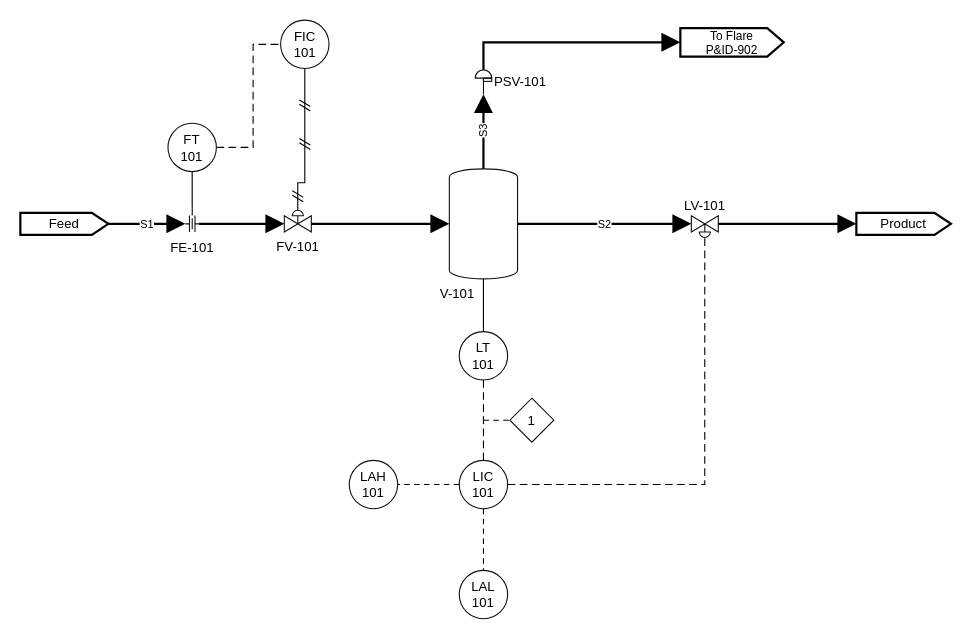
Earlier version of the draw.io diagram drawio-samples/04_control_loop.drawio (Alpha9463/pandid). Source tidied: cells renumbered, new cells numbered last; positions are measured from the earlier drawing's top-left corner, leaving out a move shared by most shapes. Both pictures are drawn from the tidied source at 110%, with x=0, y=0 at pixel (20, 20).
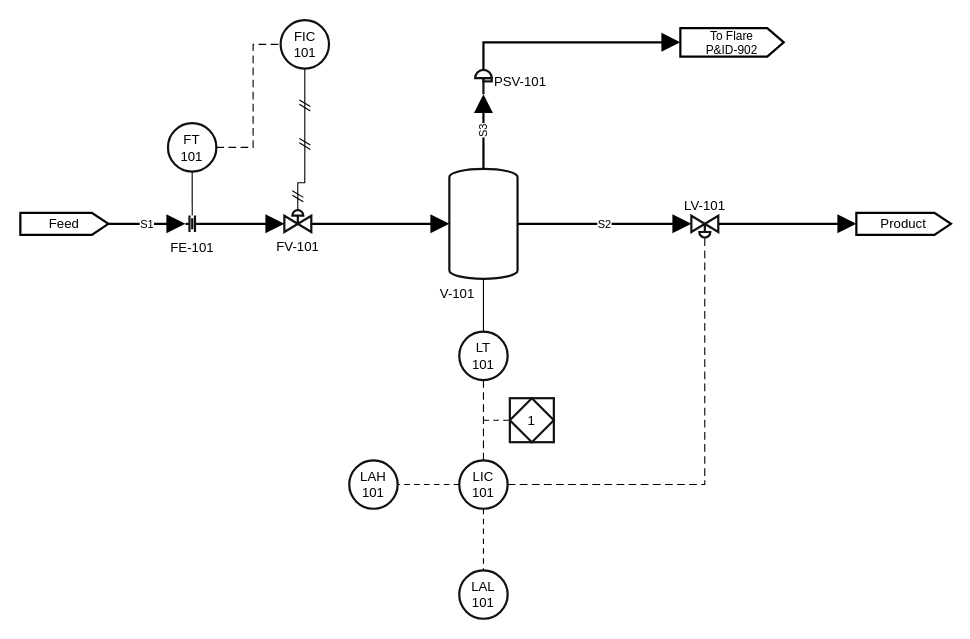
Above is the later version.

Diff of the diagram source:
```diff
@@
-    <mxCell id="3" value="FV-101" style="html=1;shape=mxgraph.pid.valves.pneumatic_operated;outlineConnect=0;strokeColor=#111;fillColor=none;verticalLabelPosition=bottom;verticalAlign=top;align=center;fontSize=12;" parent="1" vertex="1">
+    <mxCell id="3" value="FV-101" style="html=1;shape=mxgraph.pid.valves.pneumatic_operated;outlineConnect=0;strokeColor=#111;fillColor=none;strokeWidth=2;verticalLabelPosition=bottom;verticalAlign=top;align=center;fontSize=12;" parent="1" vertex="1">
       <mxGeometry x="240" y="172.6" width="24.5" height="19.8" as="geometry" />
     </mxCell>
-    <mxCell id="4" value="V-101" style="html=1;shape=mxgraph.pid.vessels.pressurized_vessel;outlineConnect=0;strokeColor=#111;fillColor=none;verticalLabelPosition=bottom;verticalAlign=top;align=center;fontSize=12;" parent="1" vertex="1">
+    <mxCell id="4" value="V-101" style="html=1;shape=mxgraph.pid.vessels.pressurized_vessel;outlineConnect=0;strokeColor=#111;fillColor=none;strokeWidth=2;verticalLabelPosition=bottom;verticalAlign=top;align=center;fontSize=12;" parent="1" vertex="1">
       <mxGeometry x="390" y="135" width="62" height="100" as="geometry">
         <mxPoint x="-24" as="offset" />
       </mxGeometry>
     </mxCell>
-    <mxCell id="5" value="FE-101" style="html=1;shape=mxgraph.pid.valves.orifice;outlineConnect=0;strokeColor=#111;fillColor=none;verticalLabelPosition=bottom;verticalAlign=top;align=center;fontSize=12;" parent="1" vertex="1">
+    <mxCell id="5" value="FE-101" style="html=1;shape=mxgraph.pid.valves.orifice;outlineConnect=0;strokeColor=#111;fillColor=none;strokeWidth=2;verticalLabelPosition=bottom;verticalAlign=top;align=center;fontSize=12;" parent="1" vertex="1">
       <mxGeometry x="150" y="177.5" width="12.5" height="15" as="geometry" />
     </mxCell>
-    <mxCell id="6" value="LV-101" style="html=1;shape=mxgraph.pid.valves.pneumatic_operated;outlineConnect=0;strokeColor=#111;fillColor=none;verticalLabelPosition=top;verticalAlign=bottom;align=center;fontSize=12;flipV=1;" parent="1" vertex="1">
+    <mxCell id="6" value="LV-101" style="html=1;shape=mxgraph.pid.valves.pneumatic_operated;outlineConnect=0;strokeColor=#111;fillColor=none;strokeWidth=2;verticalLabelPosition=top;verticalAlign=bottom;align=center;fontSize=12;flipV=1;" parent="1" vertex="1">
       <mxGeometry x="610" y="177.6" width="24.5" height="19.8" as="geometry" />
     </mxCell>
@@
-    <mxCell id="8" value="PSV-101" style="html=1;shape=mxgraph.pid.valves.relief_prv;outlineConnect=0;strokeColor=#111;fillColor=none;labelPosition=right;align=left;verticalLabelPosition=middle;verticalAlign=middle;fontSize=12;" parent="1" vertex="1">
+    <mxCell id="8" value="PSV-101" style="html=1;shape=mxgraph.pid.valves.relief_prv;outlineConnect=0;strokeColor=#111;fillColor=none;strokeWidth=2;labelPosition=right;align=left;verticalLabelPosition=middle;verticalAlign=middle;fontSize=12;" parent="1" vertex="1">
       <mxGeometry x="413.5" y="45" width="15" height="22.1" as="geometry" />
     </mxCell>
@@
-    <mxCell id="27" style="html=1;edgeStyle=none;rounded=0;exitX=0.5;exitY=0;exitDx=0;exitDy=0;exitPerimeter=0;entryX=0.5;entryY=0.5;entryDx=0;entryDy=0;entryPerimeter=0;strokeColor=#000000;strokeWidth=1;endArrow=none;startArrow=none;" parent="1" edge="1" source="5" target="32">
+    <mxCell id="27" style="html=1;edgeStyle=none;rounded=0;exitX=0.5;exitY=0;exitDx=0;exitDy=0;exitPerimeter=0;entryX=0.5;entryY=0.5;entryDx=0;entryDy=0;entryPerimeter=0;strokeColor=#000000;strokeWidth=1;endArrow=none;startArrow=none;noJump=1;" parent="1" edge="1" source="5" target="32">
       <mxGeometry relative="1" as="geometry" />
     </mxCell>
-    <mxCell id="28" style="html=1;edgeStyle=none;rounded=0;exitX=0.5;exitY=1;exitDx=0;exitDy=0;exitPerimeter=0;entryX=0.5;entryY=0.5;entryDx=0;entryDy=0;entryPerimeter=0;strokeColor=#000000;strokeWidth=1;endArrow=none;startArrow=none;" parent="1" edge="1" source="4" target="34">
+    <mxCell id="28" style="html=1;edgeStyle=none;rounded=0;exitX=0.5;exitY=1;exitDx=0;exitDy=0;exitPerimeter=0;entryX=0.5;entryY=0.5;entryDx=0;entryDy=0;entryPerimeter=0;strokeColor=#000000;strokeWidth=1;endArrow=none;startArrow=none;noJump=1;" parent="1" edge="1" source="4" target="34">
       <mxGeometry relative="1" as="geometry" />
     </mxCell>
-    <mxCell id="29" style="html=1;edgeStyle=none;rounded=0;exitX=0;exitY=0.5;exitDx=0;exitDy=0;exitPerimeter=0;entryX=0.5;entryY=0.5;entryDx=0;entryDy=0;entryPerimeter=0;strokeColor=#000000;strokeWidth=1;dashed=1;dashPattern=5 4;fixDash=1;endArrow=none;startArrow=none;" parent="1" edge="1" source="35" target="36">
+    <mxCell id="29" style="html=1;edgeStyle=none;rounded=0;exitX=0;exitY=0.5;exitDx=0;exitDy=0;exitPerimeter=0;entryX=0.5;entryY=0.5;entryDx=0;entryDy=0;entryPerimeter=0;strokeColor=#000000;strokeWidth=1;dashed=1;dashPattern=5 4;fixDash=1;endArrow=none;startArrow=none;noJump=1;" parent="1" edge="1" source="35" target="36">
       <mxGeometry relative="1" as="geometry" />
     </mxCell>
-    <mxCell id="30" style="html=1;edgeStyle=none;rounded=0;exitX=0.5;exitY=1;exitDx=0;exitDy=0;exitPerimeter=0;entryX=0.5;entryY=0.5;entryDx=0;entryDy=0;entryPerimeter=0;strokeColor=#000000;strokeWidth=1;dashed=1;dashPattern=5 4;fixDash=1;endArrow=none;startArrow=none;" parent="1" edge="1" source="35" target="37">
+    <mxCell id="30" style="html=1;edgeStyle=none;rounded=0;exitX=0.5;exitY=1;exitDx=0;exitDy=0;exitPerimeter=0;entryX=0.5;entryY=0.5;entryDx=0;entryDy=0;entryPerimeter=0;strokeColor=#000000;strokeWidth=1;dashed=1;dashPattern=5 4;fixDash=1;endArrow=none;startArrow=none;noJump=1;" parent="1" edge="1" source="35" target="37">
       <mxGeometry relative="1" as="geometry" />
     </mxCell>
-    <mxCell id="31" style="html=1;edgeStyle=none;rounded=0;entryX=0.5;entryY=0.5;entryDx=0;entryDy=0;entryPerimeter=0;strokeColor=#000000;strokeWidth=1;dashed=1;dashPattern=5 4;fixDash=1;endArrow=none;startArrow=none;" parent="1" edge="1" target="38">
+    <mxCell id="31" style="html=1;edgeStyle=none;rounded=0;entryX=0.5;entryY=0.5;entryDx=0;entryDy=0;entryPerimeter=0;strokeColor=#000000;strokeWidth=1;dashed=1;dashPattern=5 4;fixDash=1;endArrow=none;startArrow=none;noJump=1;" parent="1" edge="1" target="38">
       <mxGeometry relative="1" as="geometry">
         <mxPoint x="421" y="363.5" as="sourcePoint" />
       </mxGeometry>
     </mxCell>
-    <mxCell id="32" value="FT&lt;br&gt;101" style="html=1;shape=ellipse;rounded=0;whiteSpace=wrap;strokeColor=#111;fillColor=#ffffff;strokeWidth=1;verticalLabelPosition=middle;verticalAlign=middle;align=center;fontSize=12;" parent="1" vertex="1">
+    <mxCell id="32" value="FT&lt;br&gt;101" style="html=1;shape=ellipse;rounded=0;whiteSpace=wrap;strokeColor=#111;fillColor=#ffffff;strokeWidth=2;verticalLabelPosition=middle;verticalAlign=middle;align=center;fontSize=12;" parent="1" vertex="1">
       <mxGeometry x="134.2" y="93.5" width="44" height="44" as="geometry" />
     </mxCell>
-    <mxCell id="33" value="FIC&lt;br&gt;101" style="html=1;shape=ellipse;rounded=0;whiteSpace=wrap;strokeColor=#111;fillColor=#ffffff;strokeWidth=1;verticalLabelPosition=middle;verticalAlign=middle;align=center;fontSize=12;" parent="1" vertex="1">
+    <mxCell id="33" value="FIC&lt;br&gt;101" style="html=1;shape=ellipse;rounded=0;whiteSpace=wrap;strokeColor=#111;fillColor=#ffffff;strokeWidth=2;verticalLabelPosition=middle;verticalAlign=middle;align=center;fontSize=12;" parent="1" vertex="1">
       <mxGeometry x="236.6" y="-0.2" width="44" height="44" as="geometry" />
     </mxCell>
-    <mxCell id="34" value="LT&lt;br&gt;101" style="html=1;shape=ellipse;rounded=0;whiteSpace=wrap;strokeColor=#111;fillColor=#ffffff;strokeWidth=1;verticalLabelPosition=middle;verticalAlign=middle;align=center;fontSize=12;" parent="1" vertex="1">
+    <mxCell id="34" value="LT&lt;br&gt;101" style="html=1;shape=ellipse;rounded=0;whiteSpace=wrap;strokeColor=#111;fillColor=#ffffff;strokeWidth=2;verticalLabelPosition=middle;verticalAlign=middle;align=center;fontSize=12;" parent="1" vertex="1">
       <mxGeometry x="399" y="283" width="44" height="44" as="geometry" />
     </mxCell>
-    <mxCell id="35" value="LIC&lt;br&gt;101" style="html=1;shape=ellipse;rounded=0;whiteSpace=wrap;strokeColor=#111;fillColor=#ffffff;strokeWidth=1;verticalLabelPosition=middle;verticalAlign=middle;align=center;fontSize=12;" parent="1" vertex="1">
+    <mxCell id="35" value="LIC&lt;br&gt;101" style="html=1;shape=ellipse;rounded=0;whiteSpace=wrap;strokeColor=#111;fillColor=#ffffff;strokeWidth=2;verticalLabelPosition=middle;verticalAlign=middle;align=center;fontSize=12;" parent="1" vertex="1">
       <mxGeometry x="399" y="400" width="44" height="44" as="geometry" />
     </mxCell>
-    <mxCell id="36" value="LAH&lt;br&gt;101" style="html=1;shape=ellipse;rounded=0;whiteSpace=wrap;strokeColor=#111;fillColor=#ffffff;strokeWidth=1;verticalLabelPosition=middle;verticalAlign=middle;align=center;fontSize=12;" parent="1" vertex="1">
+    <mxCell id="36" value="LAH&lt;br&gt;101" style="html=1;shape=ellipse;rounded=0;whiteSpace=wrap;strokeColor=#111;fillColor=#ffffff;strokeWidth=2;verticalLabelPosition=middle;verticalAlign=middle;align=center;fontSize=12;" parent="1" vertex="1">
       <mxGeometry x="299" y="400" width="44" height="44" as="geometry" />
     </mxCell>
-    <mxCell id="37" value="LAL&lt;br&gt;101" style="html=1;shape=ellipse;rounded=0;whiteSpace=wrap;strokeColor=#111;fillColor=#ffffff;strokeWidth=1;verticalLabelPosition=middle;verticalAlign=middle;align=center;fontSize=12;" parent="1" vertex="1">
+    <mxCell id="37" value="LAL&lt;br&gt;101" style="html=1;shape=ellipse;rounded=0;whiteSpace=wrap;strokeColor=#111;fillColor=#ffffff;strokeWidth=2;verticalLabelPosition=middle;verticalAlign=middle;align=center;fontSize=12;" parent="1" vertex="1">
       <mxGeometry x="399" y="500" width="44" height="44" as="geometry" />
     </mxCell>
-    <mxCell id="38" value="1" style="html=1;shape=rhombus;rounded=0;whiteSpace=wrap;strokeColor=#111;fillColor=#ffffff;strokeWidth=1;verticalLabelPosition=middle;verticalAlign=middle;align=center;fontSize=12;" parent="1" vertex="1">
+    <mxCell id="38" value="1" style="html=1;rounded=0;whiteSpace=wrap;strokeColor=#111;fillColor=#ffffff;strokeWidth=2;verticalLabelPosition=middle;verticalAlign=middle;align=center;fontSize=12;" parent="1" vertex="1">
       <mxGeometry x="445" y="343.5" width="40" height="40" as="geometry" />
     </mxCell>
+    <mxCell id="39" style="shape=rhombus;rounded=0;html=1;strokeColor=#111;fillColor=none;strokeWidth=2;" parent="38" vertex="1">
+      <mxGeometry width="40" height="40" as="geometry" />
+    </mxCell>
```
